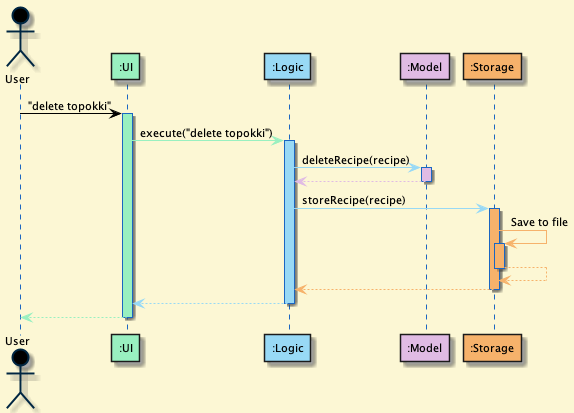
Before: docs/umlDiagrams/img/ArchitectureSequenceDiagram.png, a diagram exported from PlantUML (yusufaine/tp).
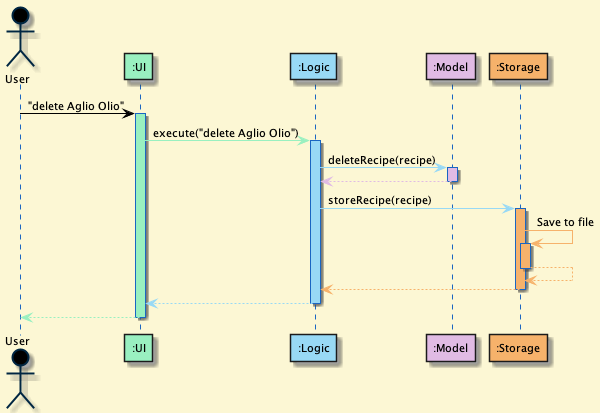
The same diagram one commit later.

Change to the diagram source:
```diff
@@ -8,10 +8,10 @@
 Participant ":Model" as model MODEL_COLOR
 Participant ":Storage" as storage STORAGE_COLOR
 
-user -[USER_COLOR]> ui : "delete topokki"
+user -[USER_COLOR]> ui : "delete Aglio Olio"
 activate ui UI_COLOR
 
-ui -[UI_COLOR]> logic : execute("delete topokki")
+ui -[UI_COLOR]> logic : execute("delete Aglio Olio")
 activate logic LOGIC_COLOR
 
 logic -[LOGIC_COLOR]> model : deleteRecipe(recipe)
```
